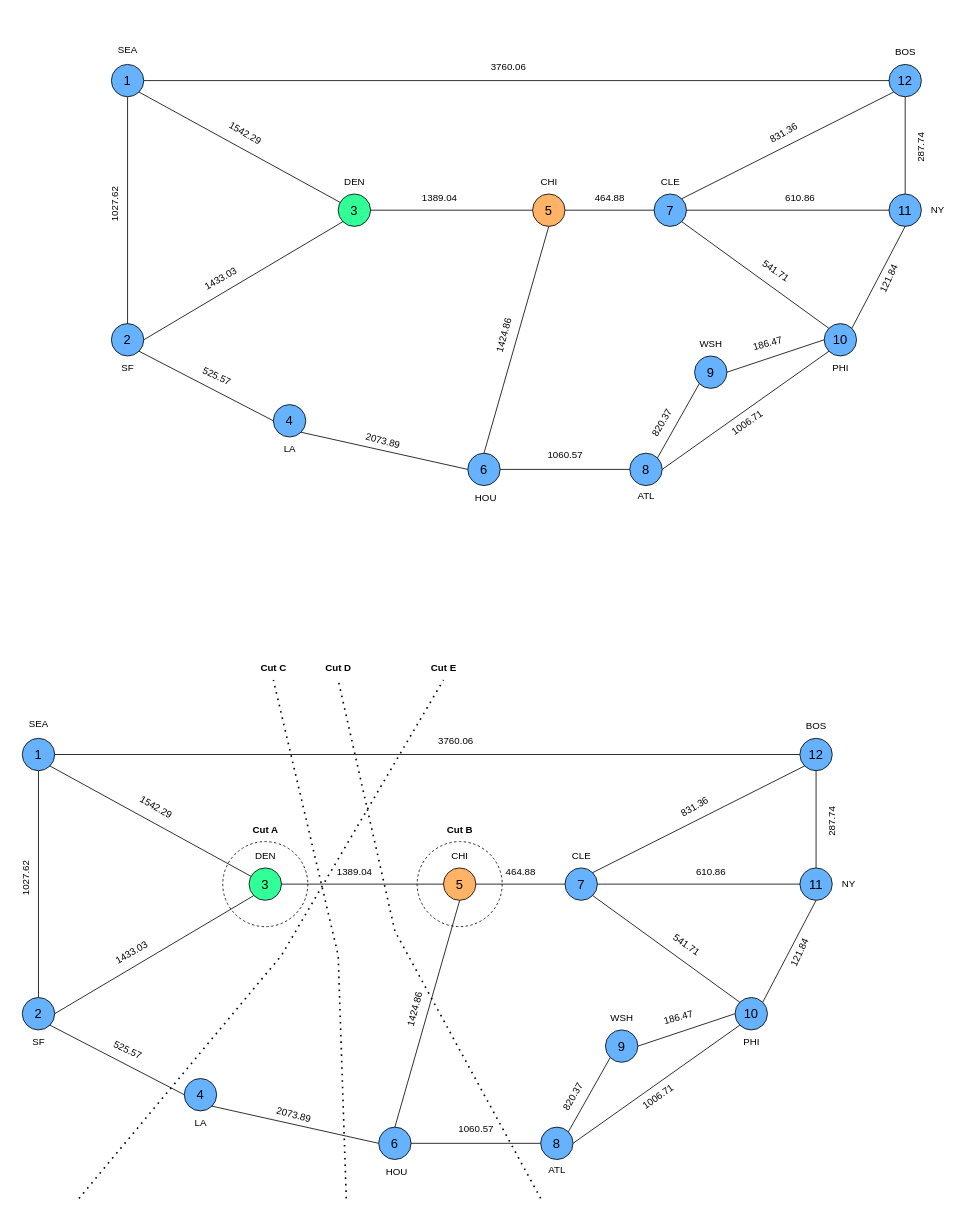
YosefGuevara012/High-Speed-Networks---IST keeps this draw.io diagram as NetworkDiagram.drawio. Above is the earlier version. Source tidied: cells renumbered, new cells numbered last; positions are measured from the earlier drawing's top-left corner, leaving out a move shared by most shapes. Both pictures are drawn from the tidied source at 81%, with x=0, y=0 at pixel (-2, 38).
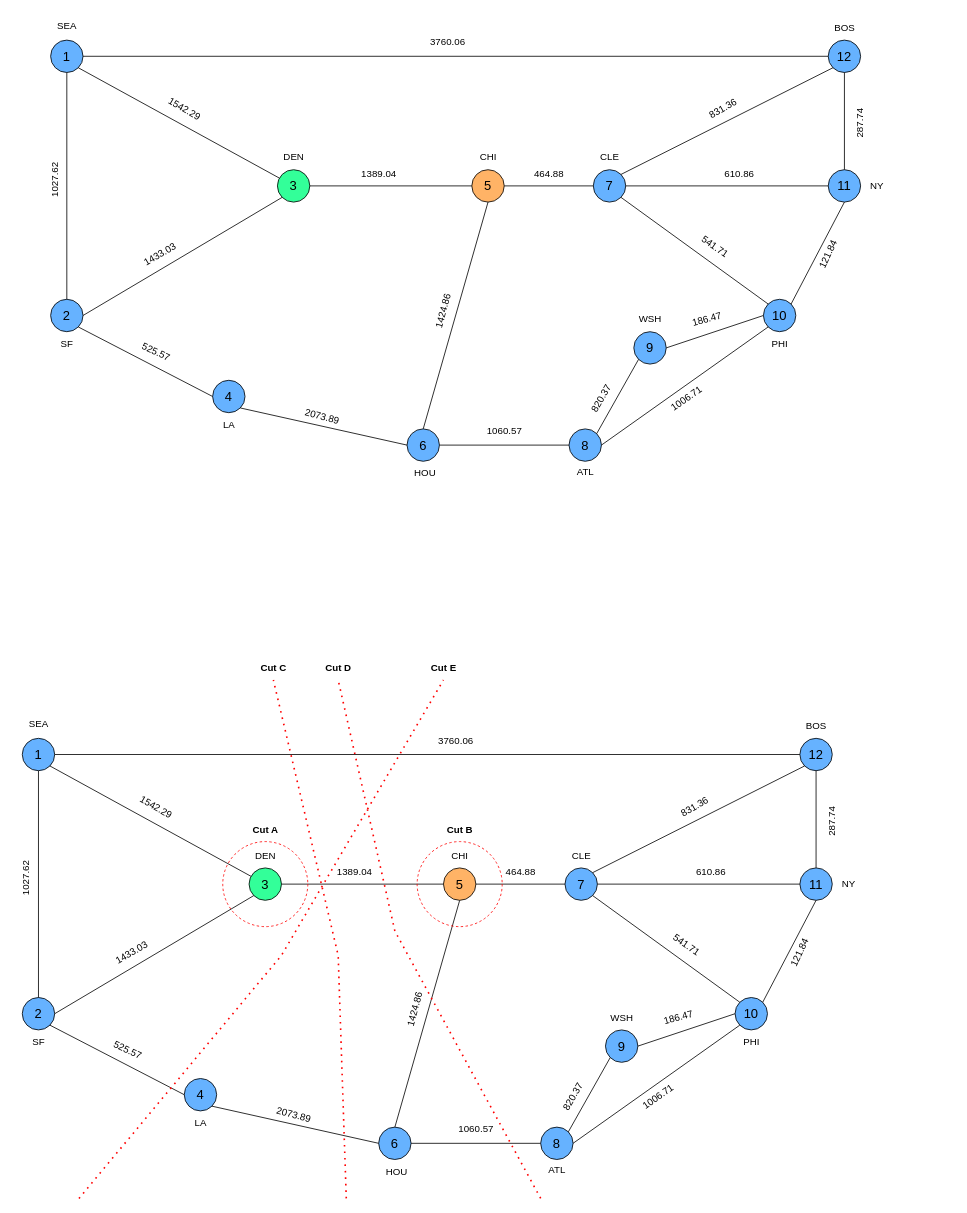
The same page after the edit.

The edit, as a diff of the source:
```diff
@@
     <mxCell id="2" value="1" style="ellipse;whiteSpace=wrap;html=1;fontSize=16;fillColor=#66B2FF;" parent="1" vertex="1">
-      <mxGeometry x="140" y="32" width="40" height="40" as="geometry" />
+      <mxGeometry x="65" y="2" width="40" height="40" as="geometry" />
     </mxCell>
     <mxCell id="3" value="2" style="ellipse;whiteSpace=wrap;html=1;fontSize=16;fillColor=#66B2FF;" parent="1" vertex="1">
-      <mxGeometry x="140" y="352" width="40" height="40" as="geometry" />
+      <mxGeometry x="65" y="322" width="40" height="40" as="geometry" />
     </mxCell>
     <mxCell id="4" value="3" style="ellipse;whiteSpace=wrap;html=1;fontSize=16;fillColor=#33FF99;" parent="1" vertex="1">
-      <mxGeometry x="420" y="192" width="40" height="40" as="geometry" />
+      <mxGeometry x="345" y="162" width="40" height="40" as="geometry" />
     </mxCell>
     <mxCell id="5" value="4" style="ellipse;whiteSpace=wrap;html=1;fontSize=16;fillColor=#66B2FF;" parent="1" vertex="1">
-      <mxGeometry x="340" y="452" width="40" height="40" as="geometry" />
+      <mxGeometry x="265" y="422" width="40" height="40" as="geometry" />
     </mxCell>
     <mxCell id="6" value="5" style="ellipse;whiteSpace=wrap;html=1;fontSize=16;fillColor=#FFB366;" parent="1" vertex="1">
-      <mxGeometry x="660" y="192" width="40" height="40" as="geometry" />
+      <mxGeometry x="585" y="162" width="40" height="40" as="geometry" />
     </mxCell>
     <mxCell id="7" value="6" style="ellipse;whiteSpace=wrap;html=1;fontSize=16;fillColor=#66B2FF;" parent="1" vertex="1">
-      <mxGeometry x="580" y="512" width="40" height="40" as="geometry" />
+      <mxGeometry x="505" y="482" width="40" height="40" as="geometry" />
     </mxCell>
     <mxCell id="8" value="7" style="ellipse;whiteSpace=wrap;html=1;fontSize=16;fillColor=#66B2FF;" parent="1" vertex="1">
-      <mxGeometry x="810" y="192" width="40" height="40" as="geometry" />
+      <mxGeometry x="735" y="162" width="40" height="40" as="geometry" />
     </mxCell>
     <mxCell id="9" value="8" style="ellipse;whiteSpace=wrap;html=1;fontSize=16;fillColor=#66B2FF;" parent="1" vertex="1">
-      <mxGeometry x="780" y="512" width="40" height="40" as="geometry" />
+      <mxGeometry x="705" y="482" width="40" height="40" as="geometry" />
     </mxCell>
     <mxCell id="10" value="12" style="ellipse;whiteSpace=wrap;html=1;fontSize=16;fillColor=#66B2FF;" parent="1" vertex="1">
-      <mxGeometry x="1100" y="32" width="40" height="40" as="geometry" />
+      <mxGeometry x="1025" y="2" width="40" height="40" as="geometry" />
     </mxCell>
     <mxCell id="11" value="11" style="ellipse;whiteSpace=wrap;html=1;fontSize=16;fillColor=#66B2FF;" parent="1" vertex="1">
-      <mxGeometry x="1100" y="192" width="40" height="40" as="geometry" />
+      <mxGeometry x="1025" y="162" width="40" height="40" as="geometry" />
     </mxCell>
     <mxCell id="12" value="9" style="ellipse;whiteSpace=wrap;html=1;fontSize=16;fillColor=#66B2FF;" parent="1" vertex="1">
-      <mxGeometry x="860" y="392" width="40" height="40" as="geometry" />
+      <mxGeometry x="785" y="362" width="40" height="40" as="geometry" />
     </mxCell>
     <mxCell id="13" value="10" style="ellipse;whiteSpace=wrap;html=1;fontSize=16;fillColor=#66B2FF;" parent="1" vertex="1">
-      <mxGeometry x="1020" y="352" width="40" height="40" as="geometry" />
+      <mxGeometry x="945" y="322" width="40" height="40" as="geometry" />
     </mxCell>
@@
     <mxCell id="19" style="endArrow=none;html=1;rounded=0;exitX=1;exitY=1;exitDx=0;exitDy=0;" parent="1" edge="1" source="3">
       <mxGeometry relative="1" as="geometry">
-        <mxPoint x="340" y="472" as="targetPoint" />
+        <mxPoint x="265" y="442" as="targetPoint" />
       </mxGeometry>
     </mxCell>
@@
     <mxCell id="31" value="SEA" style="text;html=1;align=center;verticalAlign=middle;strokeColor=none;fillColor=none;" parent="1" vertex="1">
-      <mxGeometry x="135" width="50" height="30" as="geometry" />
+      <mxGeometry x="60" y="-30" width="50" height="30" as="geometry" />
     </mxCell>
     <mxCell id="32" value="SF" style="text;html=1;align=center;verticalAlign=middle;strokeColor=none;fillColor=none;" parent="1" vertex="1">
-      <mxGeometry x="140" y="392" width="40" height="30" as="geometry" />
+      <mxGeometry x="65" y="362" width="40" height="30" as="geometry" />
     </mxCell>
     <mxCell id="33" value="LA" style="text;html=1;align=center;verticalAlign=middle;strokeColor=none;fillColor=none;" parent="1" vertex="1">
-      <mxGeometry x="340" y="492" width="40" height="30" as="geometry" />
+      <mxGeometry x="265" y="462" width="40" height="30" as="geometry" />
     </mxCell>
     <mxCell id="34" value="DEN" style="text;html=1;align=center;verticalAlign=middle;strokeColor=none;fillColor=none;" parent="1" vertex="1">
-      <mxGeometry x="415" y="162" width="50" height="30" as="geometry" />
+      <mxGeometry x="340" y="132" width="50" height="30" as="geometry" />
     </mxCell>
     <mxCell id="35" value="CHI" style="text;html=1;align=center;verticalAlign=middle;strokeColor=none;fillColor=none;" parent="1" vertex="1">
-      <mxGeometry x="660" y="162" width="40" height="30" as="geometry" />
+      <mxGeometry x="585" y="132" width="40" height="30" as="geometry" />
     </mxCell>
     <mxCell id="36" value="CLE" style="text;html=1;align=center;verticalAlign=middle;strokeColor=none;fillColor=none;" parent="1" vertex="1">
-      <mxGeometry x="805" y="162" width="50" height="30" as="geometry" />
+      <mxGeometry x="730" y="132" width="50" height="30" as="geometry" />
     </mxCell>
     <mxCell id="37" value="WSH" style="text;html=1;align=center;verticalAlign=middle;strokeColor=none;fillColor=none;" parent="1" vertex="1">
-      <mxGeometry x="855" y="362" width="50" height="30" as="geometry" />
+      <mxGeometry x="780" y="332" width="50" height="30" as="geometry" />
     </mxCell>
     <mxCell id="38" value="HOU" style="text;html=1;align=center;verticalAlign=middle;strokeColor=none;fillColor=none;" parent="1" vertex="1">
-      <mxGeometry x="577" y="552" width="50" height="30" as="geometry" />
+      <mxGeometry x="502" y="522" width="50" height="30" as="geometry" />
     </mxCell>
     <mxCell id="39" value="ATL" style="text;html=1;align=center;verticalAlign=middle;strokeColor=none;fillColor=none;" parent="1" vertex="1">
-      <mxGeometry x="780" y="550" width="40" height="30" as="geometry" />
+      <mxGeometry x="705" y="520" width="40" height="30" as="geometry" />
     </mxCell>
     <mxCell id="40" value="PHI" style="text;html=1;align=center;verticalAlign=middle;strokeColor=none;fillColor=none;" parent="1" vertex="1">
-      <mxGeometry x="1020" y="392" width="40" height="30" as="geometry" />
+      <mxGeometry x="945" y="362" width="40" height="30" as="geometry" />
     </mxCell>
     <mxCell id="41" value="NY" style="text;html=1;align=center;verticalAlign=middle;strokeColor=none;fillColor=none;" parent="1" vertex="1">
-      <mxGeometry x="1140" y="197" width="40" height="30" as="geometry" />
+      <mxGeometry x="1065" y="167" width="40" height="30" as="geometry" />
     </mxCell>
     <mxCell id="42" value="BOS" style="text;html=1;align=center;verticalAlign=middle;strokeColor=none;fillColor=none;" parent="1" vertex="1">
-      <mxGeometry x="1095" y="2" width="50" height="30" as="geometry" />
+      <mxGeometry x="1020" y="-28" width="50" height="30" as="geometry" />
     </mxCell>
     <mxCell id="43" value="1027.62" style="text;html=1;align=center;verticalAlign=middle;strokeColor=none;fillColor=none;rotation=-90;" parent="1" vertex="1">
-      <mxGeometry x="110" y="190" width="70" height="30" as="geometry" />
+      <mxGeometry x="35" y="160" width="70" height="30" as="geometry" />
     </mxCell>
     <mxCell id="44" value="1542.29" style="text;html=1;align=center;verticalAlign=middle;strokeColor=none;fillColor=none;rotation=30;" parent="1" vertex="1">
-      <mxGeometry x="270" y="102" width="70" height="30" as="geometry" />
+      <mxGeometry x="195" y="72" width="70" height="30" as="geometry" />
     </mxCell>
     <mxCell id="45" value="3760.06" style="text;html=1;align=center;verticalAlign=middle;strokeColor=none;fillColor=none;" parent="1" vertex="1">
-      <mxGeometry x="595" y="20" width="70" height="30" as="geometry" />
+      <mxGeometry x="520" y="-10" width="70" height="30" as="geometry" />
     </mxCell>
     <mxCell id="46" value="1433.03" style="text;html=1;align=center;verticalAlign=middle;strokeColor=none;fillColor=none;rotation=-30;" parent="1" vertex="1">
-      <mxGeometry x="240" y="282" width="70" height="30" as="geometry" />
+      <mxGeometry x="165" y="252" width="70" height="30" as="geometry" />
     </mxCell>
     <mxCell id="47" value="525.57" style="text;html=1;align=center;verticalAlign=middle;strokeColor=none;fillColor=none;rotation=25;" parent="1" vertex="1">
-      <mxGeometry x="240" y="402" width="60" height="30" as="geometry" />
+      <mxGeometry x="165" y="372" width="60" height="30" as="geometry" />
     </mxCell>
     <mxCell id="48" value="1389.04" style="text;html=1;align=center;verticalAlign=middle;strokeColor=none;fillColor=none;" parent="1" vertex="1">
-      <mxGeometry x="510" y="182" width="70" height="30" as="geometry" />
+      <mxGeometry x="435" y="152" width="70" height="30" as="geometry" />
     </mxCell>
     <mxCell id="49" value="2073.89" style="text;html=1;align=center;verticalAlign=middle;strokeColor=none;fillColor=none;rotation=15;" parent="1" vertex="1">
-      <mxGeometry x="440" y="482" width="70" height="30" as="geometry" />
+      <mxGeometry x="365" y="452" width="70" height="30" as="geometry" />
     </mxCell>
     <mxCell id="50" value="1424.86" style="text;html=1;align=center;verticalAlign=middle;strokeColor=none;fillColor=none;rotation=-75;" parent="1" vertex="1">
-      <mxGeometry x="590" y="352" width="70" height="30" as="geometry" />
+      <mxGeometry x="515" y="322" width="70" height="30" as="geometry" />
     </mxCell>
     <mxCell id="51" value="464.88" style="text;html=1;align=center;verticalAlign=middle;strokeColor=none;fillColor=none;" parent="1" vertex="1">
-      <mxGeometry x="725" y="182" width="60" height="30" as="geometry" />
+      <mxGeometry x="650" y="152" width="60" height="30" as="geometry" />
     </mxCell>
     <mxCell id="52" value="1060.57" style="text;html=1;align=center;verticalAlign=middle;strokeColor=none;fillColor=none;" parent="1" vertex="1">
-      <mxGeometry x="665" y="500" width="70" height="30" as="geometry" />
+      <mxGeometry x="590" y="470" width="70" height="30" as="geometry" />
     </mxCell>
     <mxCell id="53" value="541.71" style="text;html=1;align=center;verticalAlign=middle;strokeColor=none;fillColor=none;rotation=35;" parent="1" vertex="1">
-      <mxGeometry x="930" y="272" width="60" height="30" as="geometry" />
+      <mxGeometry x="855" y="242" width="60" height="30" as="geometry" />
     </mxCell>
     <mxCell id="54" value="610.86" style="text;html=1;align=center;verticalAlign=middle;strokeColor=none;fillColor=none;" parent="1" vertex="1">
-      <mxGeometry x="960" y="182" width="60" height="30" as="geometry" />
+      <mxGeometry x="885" y="152" width="60" height="30" as="geometry" />
     </mxCell>
     <mxCell id="55" value="831.36" style="text;html=1;align=center;verticalAlign=middle;strokeColor=none;fillColor=none;rotation=-30;" parent="1" vertex="1">
-      <mxGeometry x="940" y="102" width="60" height="30" as="geometry" />
+      <mxGeometry x="865" y="72" width="60" height="30" as="geometry" />
     </mxCell>
     <mxCell id="56" value="287.74" style="text;html=1;align=center;verticalAlign=middle;strokeColor=none;fillColor=none;rotation=-90;" parent="1" vertex="1">
-      <mxGeometry x="1110" y="120" width="60" height="30" as="geometry" />
+      <mxGeometry x="1035" y="90" width="60" height="30" as="geometry" />
     </mxCell>
     <mxCell id="57" value="121.84" style="text;html=1;align=center;verticalAlign=middle;strokeColor=none;fillColor=none;rotation=-65;" parent="1" vertex="1">
-      <mxGeometry x="1070" y="282" width="60" height="30" as="geometry" />
+      <mxGeometry x="995" y="252" width="60" height="30" as="geometry" />
     </mxCell>
     <mxCell id="58" value="186.47" style="text;html=1;align=center;verticalAlign=middle;strokeColor=none;fillColor=none;rotation=-15;" parent="1" vertex="1">
-      <mxGeometry x="920" y="362" width="60" height="30" as="geometry" />
+      <mxGeometry x="845" y="332" width="60" height="30" as="geometry" />
     </mxCell>
     <mxCell id="59" value="820.37" style="text;html=1;align=center;verticalAlign=middle;strokeColor=none;fillColor=none;rotation=-60;" parent="1" vertex="1">
-      <mxGeometry x="790" y="460" width="60" height="30" as="geometry" />
+      <mxGeometry x="715" y="430" width="60" height="30" as="geometry" />
     </mxCell>
     <mxCell id="60" value="1006.71" style="text;html=1;align=center;verticalAlign=middle;strokeColor=none;fillColor=none;rotation=-35;" parent="1" vertex="1">
-      <mxGeometry x="890" y="460" width="70" height="30" as="geometry" />
+      <mxGeometry x="815" y="430" width="70" height="30" as="geometry" />
     </mxCell>
@@
-    <mxCell id="122" style="ellipse;whiteSpace=wrap;html=1;fillColor=none;dashed=1;" parent="1" vertex="1">
+    <mxCell id="122" style="ellipse;whiteSpace=wrap;html=1;fillColor=none;dashed=1;strokeColor=#FF0000;" parent="1" vertex="1">
       <mxGeometry x="517.5" y="991.5" width="105" height="105" as="geometry" />
     </mxCell>
-    <mxCell id="123" style="ellipse;whiteSpace=wrap;html=1;fillColor=none;dashed=1;" parent="1" vertex="1">
+    <mxCell id="123" style="ellipse;whiteSpace=wrap;html=1;fillColor=none;dashed=1;strokeColor=#FF0000;" parent="1" vertex="1">
       <mxGeometry x="277.5" y="991.5" width="105" height="105" as="geometry" />
     </mxCell>
-    <mxCell id="124" style="endArrow=none;dashed=1;html=1;dashPattern=1 3;strokeWidth=2;rounded=0;" parent="1" edge="1">
+    <mxCell id="124" style="endArrow=none;dashed=1;html=1;dashPattern=1 3;strokeWidth=2;rounded=0;strokeColor=#FF0000;" parent="1" edge="1">
       <mxGeometry relative="1" as="geometry">
         <mxPoint x="670" y="1432" as="sourcePoint" />
         <mxPoint x="420" y="792" as="targetPoint" />
         <Array as="points">
           <mxPoint x="490" y="1102" />
         </Array>
       </mxGeometry>
     </mxCell>
-    <mxCell id="125" style="endArrow=none;dashed=1;html=1;dashPattern=1 3;strokeWidth=2;rounded=0;" parent="1" edge="1">
+    <mxCell id="125" style="endArrow=none;dashed=1;html=1;dashPattern=1 3;strokeWidth=2;rounded=0;strokeColor=#FF0000;" parent="1" edge="1">
       <mxGeometry relative="1" as="geometry">
         <mxPoint x="430" y="1432" as="sourcePoint" />
         <mxPoint x="340" y="792" as="targetPoint" />
         <Array as="points">
           <mxPoint x="420" y="1132" />
         </Array>
       </mxGeometry>
     </mxCell>
-    <mxCell id="126" style="endArrow=none;dashed=1;html=1;dashPattern=1 3;strokeWidth=2;rounded=0;" parent="1" edge="1">
+    <mxCell id="126" style="endArrow=none;dashed=1;html=1;dashPattern=1 3;strokeWidth=2;rounded=0;strokeColor=#FF0000;" parent="1" edge="1">
       <mxGeometry relative="1" as="geometry">
         <mxPoint x="100" y="1432" as="sourcePoint" />
         <mxPoint x="550" y="792" as="targetPoint" />
         <Array as="points">
           <mxPoint x="350" y="1132" />
         </Array>
       </mxGeometry>
     </mxCell>
```
